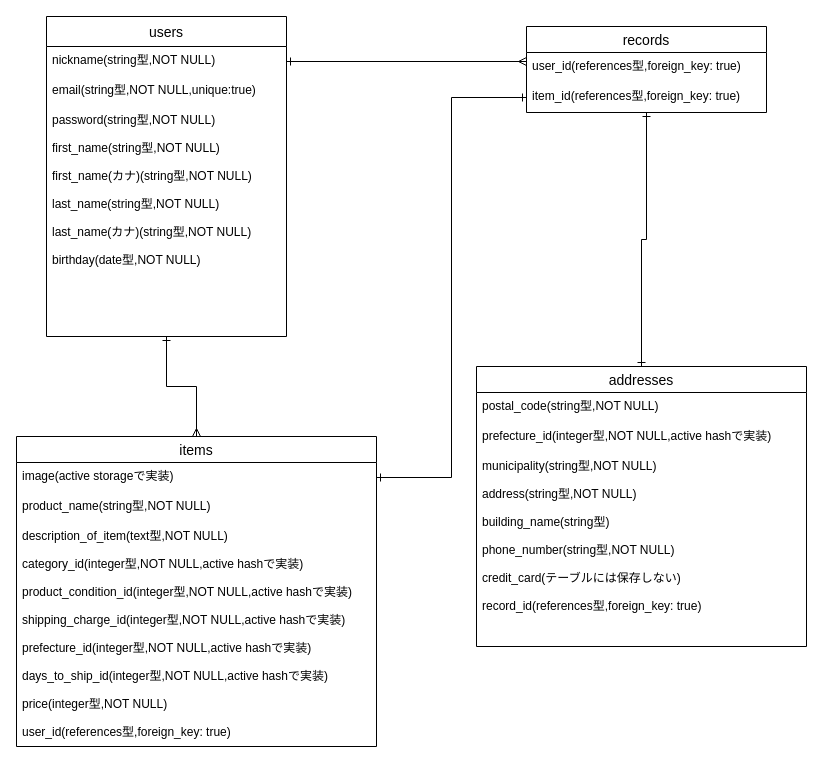
Above: furima.dio in symr1010/furima-32991 (draw.io), before the change. Source tidied: cells renumbered, new cells numbered last; positions are measured from the earlier drawing's top-left corner, leaving out a move shared by most shapes. Both pictures are drawn from the tidied source at 100%, with x=0, y=0 at pixel (16, 16).
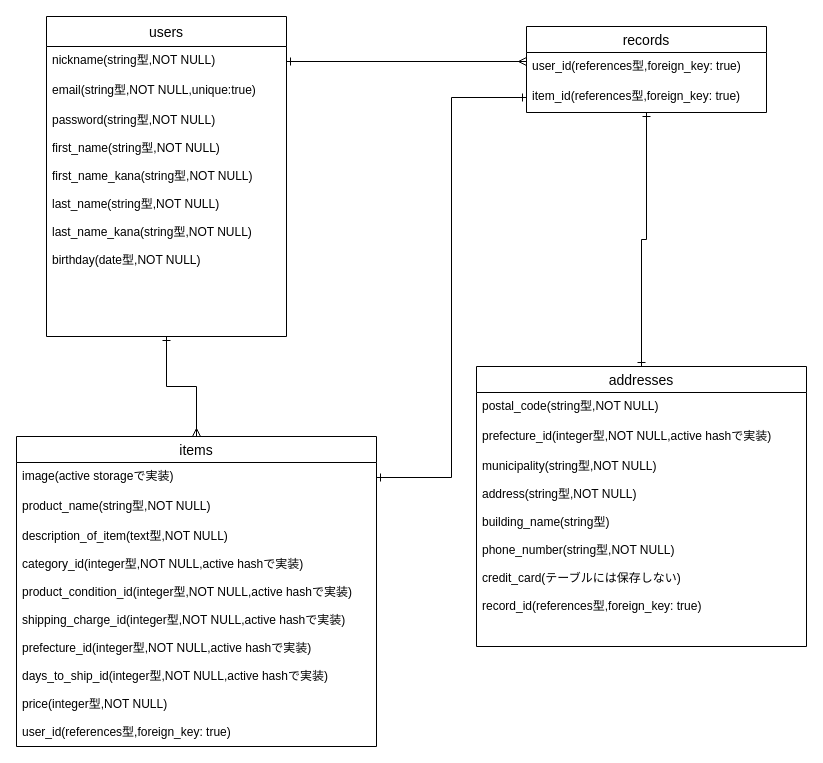
After the change.

Commit message (it also covers changes not shown here):
データベース設計(修正)3

Unchanged cells that the change refers to:
```xml
<mxCell id="3" value="users" style="swimlane;fontStyle=0;horizontal=1;startSize=30;align=center;fontSize=14;" parent="1" vertex="1">
  <mxGeometry x="30" width="240" height="320" as="geometry" />
</mxCell>
```

Change to the diagram source:
```diff
@@
-    <mxCell id="6" value="password(string型,NOT NULL)&#10;&#10;first_name(string型,NOT NULL)&#10;&#10;first_name(カナ)(string型,NOT NULL)&#10;&#10;last_name(string型,NOT NULL)&#10;&#10;last_name(カナ)(string型,NOT NULL)&#10;&#10;birthday(date型,NOT NULL)&#10;&#10;&#10;&#10;" style="text;strokeColor=none;fillColor=none;spacingLeft=4;spacingRight=4;overflow=hidden;fontSize=12;" parent="3" vertex="1">
+    <mxCell id="6" value="password(string型,NOT NULL)&#10;&#10;first_name(string型,NOT NULL)&#10;&#10;first_name_kana(string型,NOT NULL)&#10;&#10;last_name(string型,NOT NULL)&#10;&#10;last_name_kana(string型,NOT NULL)&#10;&#10;birthday(date型,NOT NULL)&#10;&#10;&#10;&#10;" style="text;strokeColor=none;fillColor=none;spacingLeft=4;spacingRight=4;overflow=hidden;fontSize=12;" parent="3" vertex="1">
       <mxGeometry y="90" width="240" height="230" as="geometry" />
     </mxCell>
```
